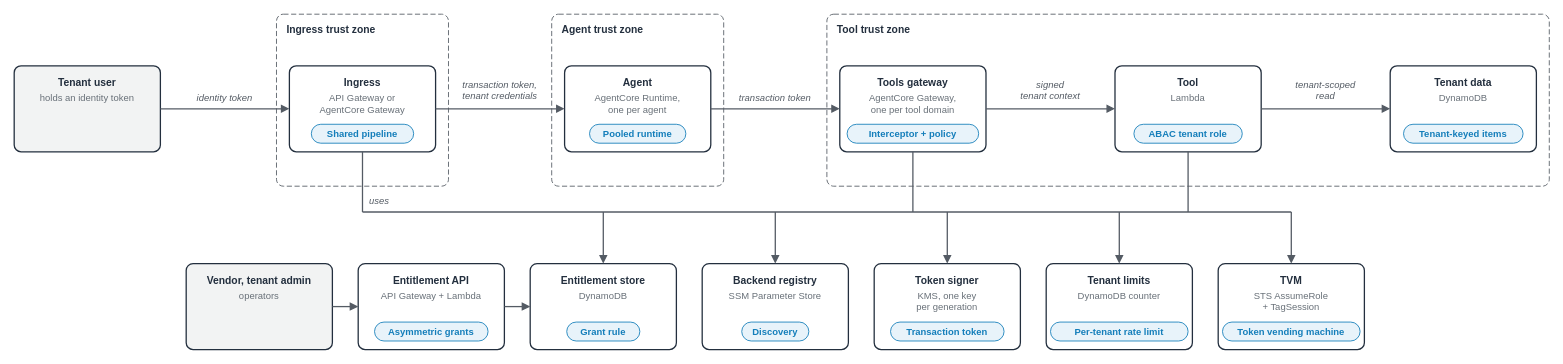
The draw.io diagram samples/agentic-runtime-isolation/diagrams/agentic-runtime-isolation.components.drawio in aws-samples/sample-agentic-ai-acceleration-patterns, before the edit. Source tidied: cells renumbered, new cells numbered last; positions are measured from the earlier drawing's top-left corner, leaving out a move shared by most shapes. Both pictures are drawn from the tidied source at 86%, with x=0, y=0 at pixel (14, 14).
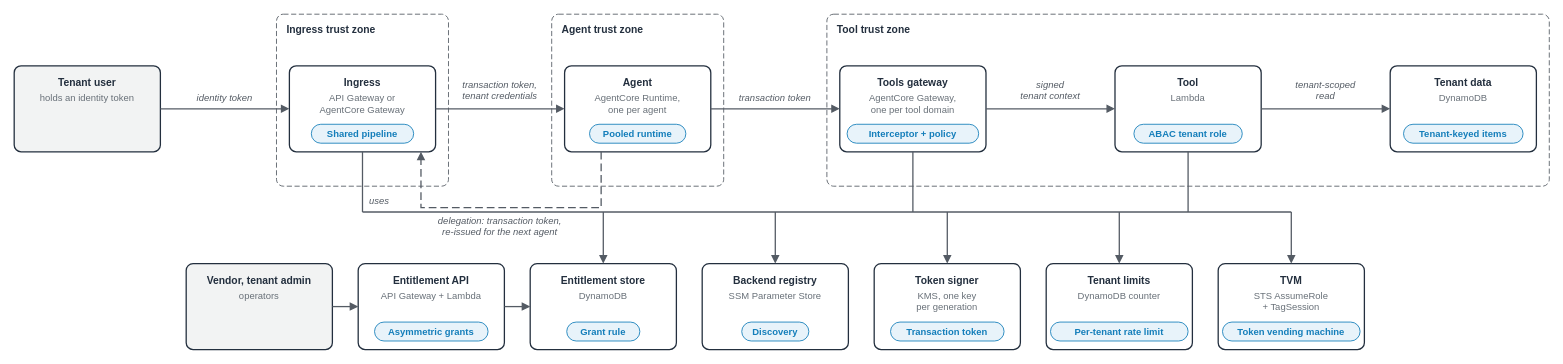
The same diagram, later.

Commit message (it also covers changes not shown here):
docs(agentic-runtime-isolation): delegation return edge on both diagram sources and captions (standard §3, §10); SVG export pending

The change refers to these unchanged cells:
```xml
<mxCell id="8" style="rounded=1;arcSize=8;html=0;fillColor=#FFFFFF;strokeColor=#232F3E;strokeWidth=1.5;" parent="1" vertex="1">
  <mxGeometry x="320" y="60" width="170" height="100" as="geometry" />
</mxCell>
<mxCell id="12" style="rounded=1;arcSize=8;html=0;fillColor=#FFFFFF;strokeColor=#232F3E;strokeWidth=1.5;" parent="1" vertex="1">
  <mxGeometry x="640" y="60" width="170" height="100" as="geometry" />
</mxCell>
```

What changed in the source:
```diff
@@
+    <mxCell id="77" style="edgeStyle=orthogonalEdgeStyle;rounded=0;html=0;strokeColor=#545B64;strokeWidth=1.5;dashed=1;dashPattern=6 3;endArrow=block;endFill=1;exitX=0.25;exitY=1;exitDx=0;exitDy=0;entryX=0.9;entryY=1;entryDx=0;entryDy=0;" parent="1" edge="1" source="12" target="8">
+      <mxGeometry relative="1" as="geometry">
+        <Array as="points">
+          <mxPoint x="682" y="225" />
+          <mxPoint x="473" y="225" />
+        </Array>
+      </mxGeometry>
+    </mxCell>
+    <mxCell id="78" value="delegation: transaction token,&#10;re-issued for the next agent" style="text;html=0;align=center;verticalAlign=top;fontSize=11;fontStyle=2;fontColor=#545B64;spacing=0;spacingTop=0;" parent="1" vertex="1">
+      <mxGeometry x="480" y="229" width="170" height="31" as="geometry" />
+    </mxCell>
```
